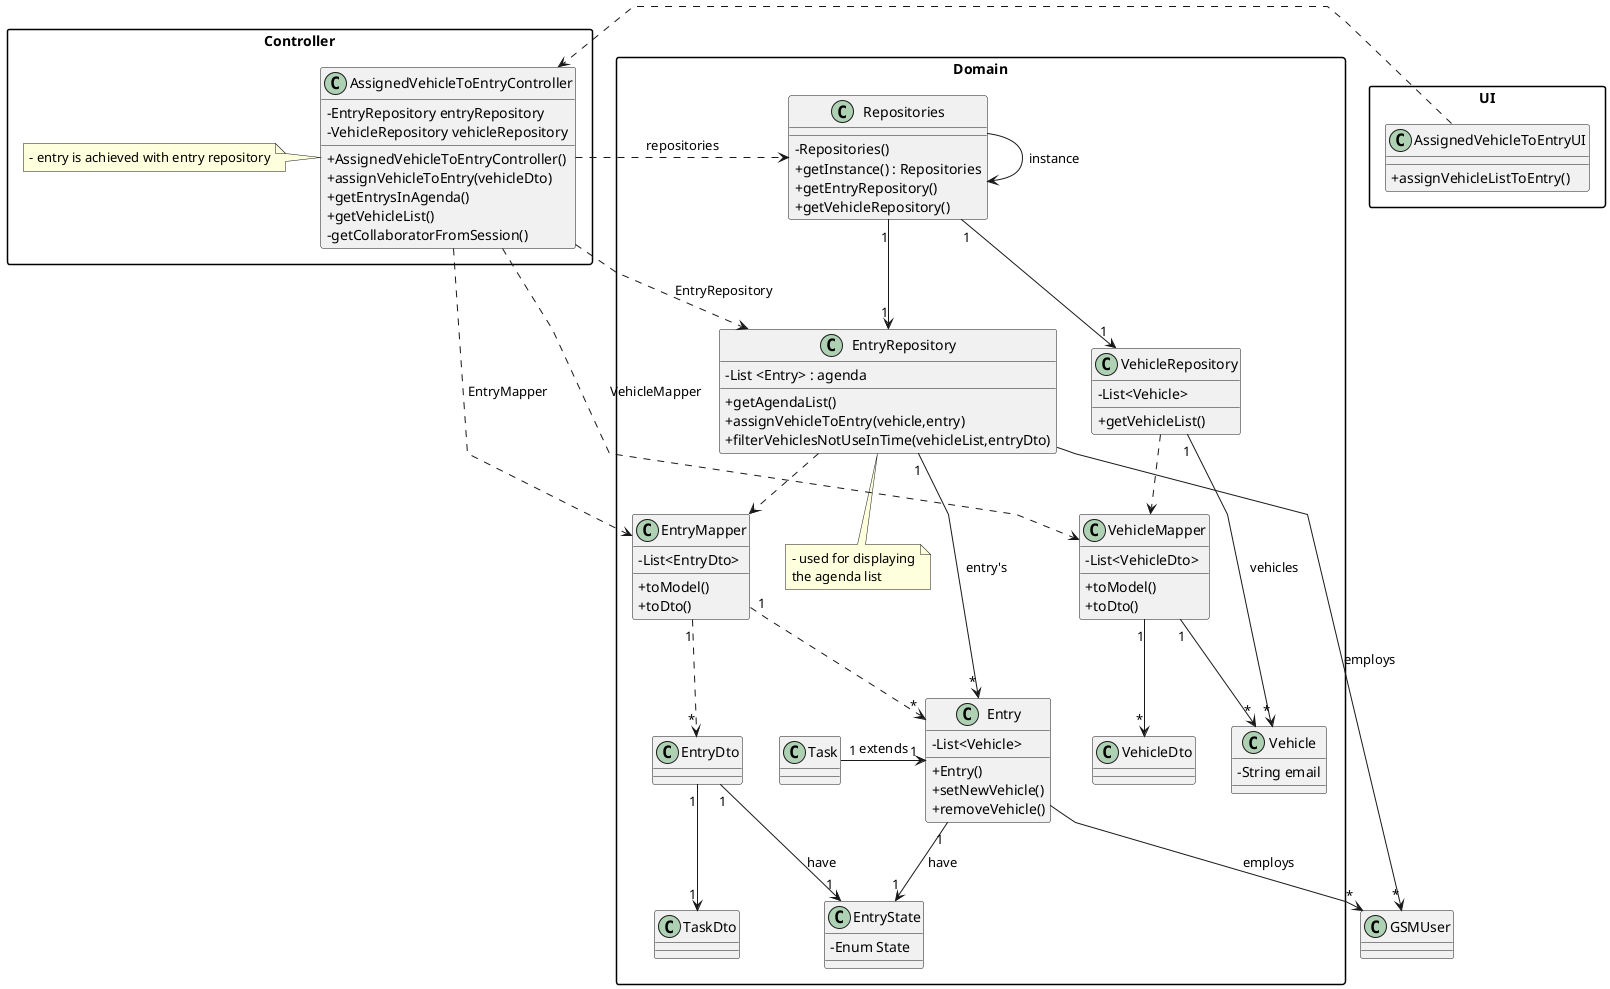
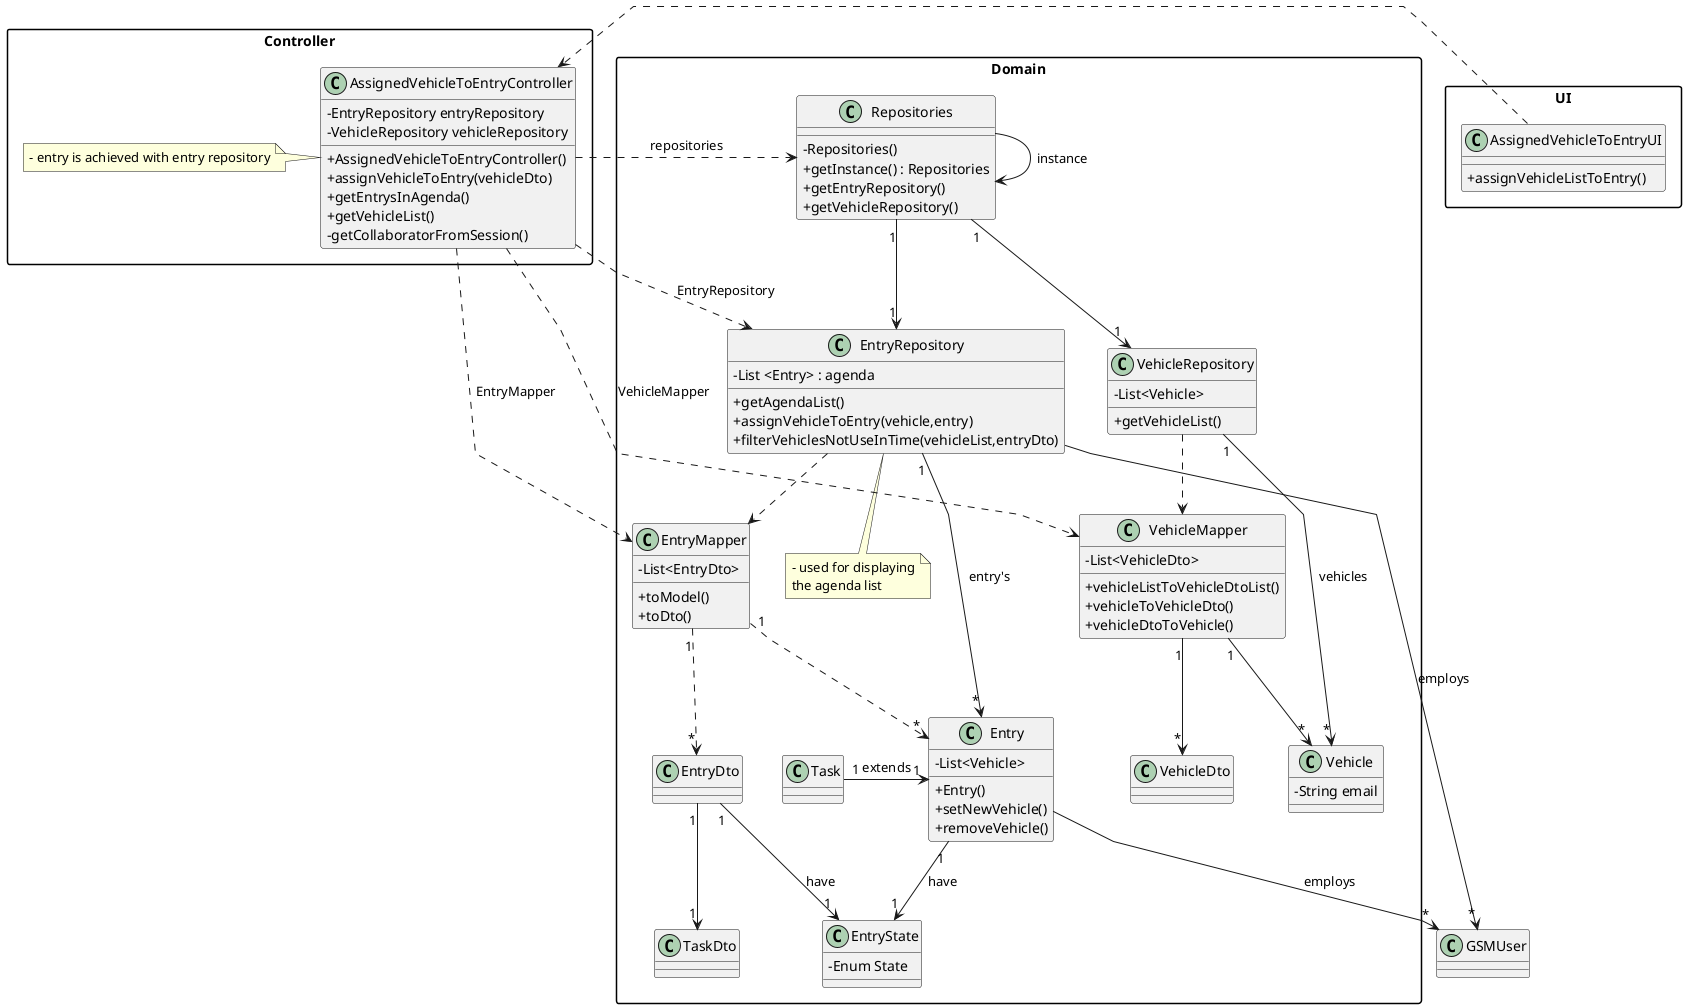
@startuml
'skinparam monochrome true
skinparam packageStyle rectangle
skinparam shadowing false
skinparam linetype polyline
'skinparam linetype orto

skinparam classAttributeIconSize 0

'left to right direction

package "Domain" {
class Entry {
    - List<Vehicle>
    + Entry()
    + setNewVehicle()
    + removeVehicle()
}

class EntryState{
    -Enum State
}

class TaskDto{
}
class EntryRepository {
    - List <Entry> : agenda

    + getAgendaList()
    + assignVehicleToEntry(vehicle,entry)
    + filterVehiclesNotUseInTime(vehicleList,entryDto)
}


note bottom of EntryRepository
    - used for displaying
    the agenda list
end note

class VehicleRepository{
    - List<Vehicle>

    + getVehicleList()
}

class Vehicle {
    - String email
}


class Repositories {
    - Repositories()
    + getInstance() : Repositories
    + getEntryRepository()
    + getVehicleRepository()
}

class EntryMapper{
    - List<EntryDto>
    + toModel()
    + toDto()
}

class Task{
}

class EntryDto{
}

class VehicleMapper{
    - List<VehicleDto>
-     + toModel()
-     + toDto()
+     + vehicleListToVehicleDtoList()
+     + vehicleToVehicleDto()
+     + vehicleDtoToVehicle()
}

class VehicleDto{
}

}



class GSMUser {
}


package "Controller"{

class AssignedVehicleToEntryController {
    - EntryRepository entryRepository
    - VehicleRepository vehicleRepository
    + AssignedVehicleToEntryController()
    + assignVehicleToEntry(vehicleDto)
    + getEntrysInAgenda()
    + getVehicleList()
    - getCollaboratorFromSession()
}

note left of AssignedVehicleToEntryController
    - entry is achieved with entry repository
end note


}



package "UI"{

class AssignedVehicleToEntryUI {
    + assignVehicleListToEntry()
}

}
Repositories -> Repositories : instance


AssignedVehicleToEntryUI .> AssignedVehicleToEntryController

AssignedVehicleToEntryController .> Repositories : repositories
Repositories "1" --> "1" EntryRepository
Repositories "1" --> "1" VehicleRepository

AssignedVehicleToEntryController ..> EntryRepository : EntryRepository
AssignedVehicleToEntryController ..> EntryMapper : EntryMapper
AssignedVehicleToEntryController ..> VehicleMapper : VehicleMapper

EntryMapper "1" ..> "*" EntryDto
EntryMapper "1" ..> "*" Entry

VehicleRepository "1" --> "*" Vehicle : vehicles
VehicleMapper "1" --> "*" Vehicle

EntryRepository "1" --> "*" Entry : entry's
EntryRepository --> "*" GSMUser : employs
EntryRepository ..> EntryMapper
VehicleRepository ..> VehicleMapper

VehicleMapper "1" --> "*" VehicleDto

Entry --> "*" GSMUser : employs
Task "1" -> "1" Entry : extends

Entry "1" --> "1" EntryState : have
EntryDto "1" --> "1" EntryState : have
EntryDto "1" --> "1" TaskDto

@enduml